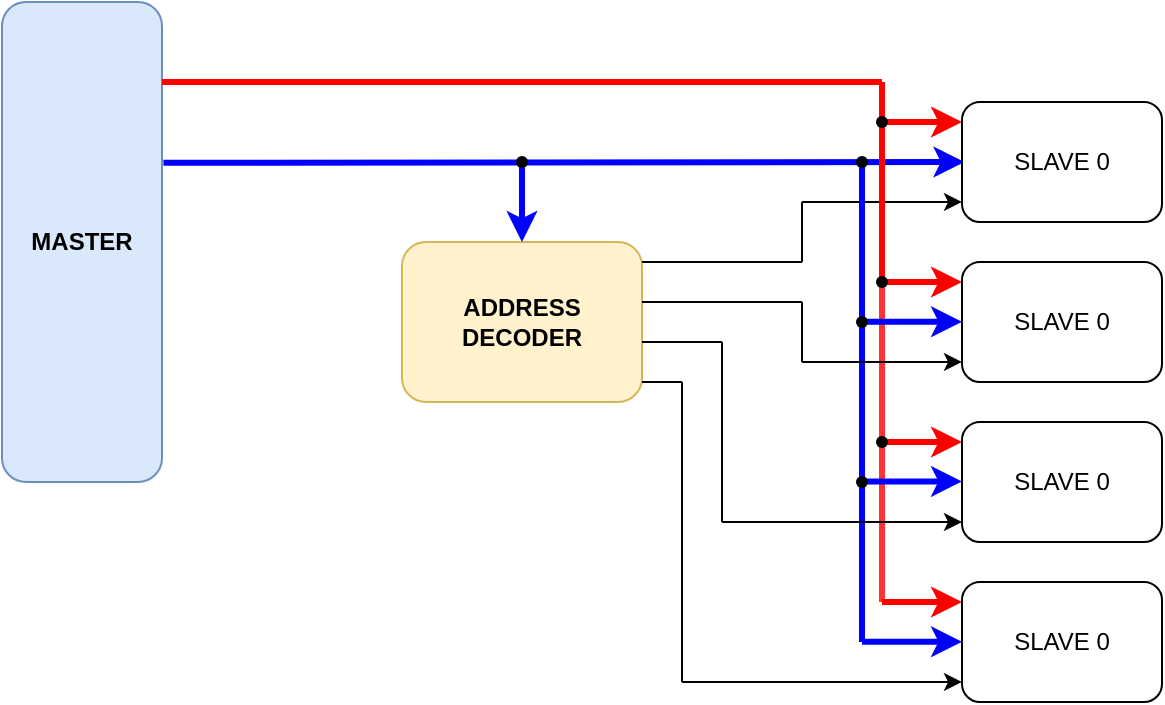
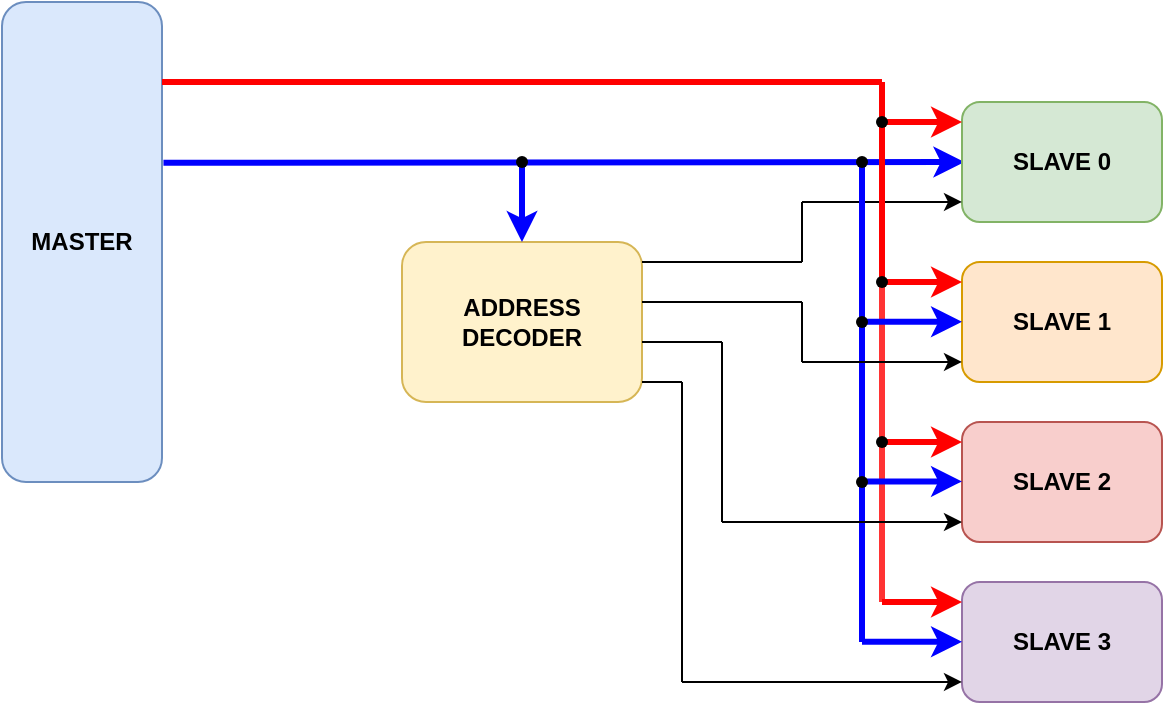
<mxfile host="app.diagrams.net" agent="Mozilla/5.0 (Windows NT 10.0; Win64; x64) AppleWebKit/537.36 (KHTML, like Gecko) Chrome/144.0.0.0 Safari/537.36 Edg/144.0.0.0" pages="4">
  <diagram id="00dOMP4ly3Yvcw6Omt_P" name="AHB Block Diagram">
-     <mxGraphModel dx="364" dy="526" grid="1" gridSize="10" guides="1" tooltips="1" connect="1" arrows="1" fold="1" page="1" pageScale="1" pageWidth="850" pageHeight="1100" math="0" shadow="0">
+     <mxGraphModel dx="527" dy="762" grid="1" gridSize="10" guides="1" tooltips="1" connect="1" arrows="1" fold="1" page="1" pageScale="1" pageWidth="850" pageHeight="1100" math="0" shadow="0">
      <root>
        <mxCell id="0" />
        <mxCell id="1" parent="0" />
        <mxCell id="WVtcaOnAu4kVJNJomXHp-1" parent="1" style="rounded=1;whiteSpace=wrap;html=1;fillColor=#dae8fc;strokeColor=#6c8ebf;" value="&lt;b&gt;MASTER&lt;/b&gt;" vertex="1">
          <mxGeometry height="240" width="80" x="80" y="160" as="geometry" />
        </mxCell>
        <mxCell id="WVtcaOnAu4kVJNJomXHp-3" parent="1" style="rounded=1;whiteSpace=wrap;html=1;fillColor=#fff2cc;strokeColor=#d6b656;" value="&lt;b&gt;ADDRESS DECODER&lt;/b&gt;" vertex="1">
          <mxGeometry height="80" width="120" x="280" y="280" as="geometry" />
        </mxCell>
        <mxCell id="WVtcaOnAu4kVJNJomXHp-4" edge="1" parent="1" source="WVtcaOnAu4kVJNJomXHp-1" style="endArrow=classic;html=1;rounded=0;exitX=1.009;exitY=0.335;exitDx=0;exitDy=0;exitPerimeter=0;strokeWidth=3;strokeColor=#0000FF;" value="">
          <mxGeometry height="50" relative="1" width="50" as="geometry">
            <mxPoint x="170" y="240" as="sourcePoint" />
            <mxPoint x="561.2" y="240" as="targetPoint" />
          </mxGeometry>
        </mxCell>
        <mxCell id="WVtcaOnAu4kVJNJomXHp-5" edge="1" parent="1" source="WVtcaOnAu4kVJNJomXHp-6" style="endArrow=classic;html=1;rounded=0;entryX=0.5;entryY=0;entryDx=0;entryDy=0;strokeWidth=3;strokeColor=#0000FF;" target="WVtcaOnAu4kVJNJomXHp-3" value="">
          <mxGeometry height="50" relative="1" width="50" as="geometry">
            <mxPoint x="340" y="240" as="sourcePoint" />
            <mxPoint x="390" y="190" as="targetPoint" />
          </mxGeometry>
        </mxCell>
        <mxCell id="WVtcaOnAu4kVJNJomXHp-6" parent="1" style="shape=waypoint;sketch=0;fillStyle=solid;size=6;pointerEvents=1;points=[];fillColor=none;resizable=0;rotatable=0;perimeter=centerPerimeter;snapToPoint=1;" value="" vertex="1">
          <mxGeometry height="20" width="20" x="330" y="230" as="geometry" />
        </mxCell>
-         <mxCell id="WVtcaOnAu4kVJNJomXHp-7" parent="1" style="rounded=1;whiteSpace=wrap;html=1;" value="SLAVE 0" vertex="1">
+         <mxCell id="WVtcaOnAu4kVJNJomXHp-7" parent="1" style="rounded=1;whiteSpace=wrap;html=1;fillColor=#d5e8d4;strokeColor=#82b366;fontStyle=1" value="SLAVE 0" vertex="1">
          <mxGeometry height="60" width="100" x="560" y="210" as="geometry" />
        </mxCell>
-         <mxCell id="WVtcaOnAu4kVJNJomXHp-8" parent="1" style="rounded=1;whiteSpace=wrap;html=1;" value="SLAVE 0" vertex="1">
+         <mxCell id="WVtcaOnAu4kVJNJomXHp-8" parent="1" style="rounded=1;whiteSpace=wrap;html=1;fillColor=#ffe6cc;strokeColor=#d79b00;fontStyle=1" value="SLAVE 1" vertex="1">
          <mxGeometry height="60" width="100" x="560" y="290" as="geometry" />
        </mxCell>
-         <mxCell id="WVtcaOnAu4kVJNJomXHp-9" parent="1" style="rounded=1;whiteSpace=wrap;html=1;" value="SLAVE 0" vertex="1">
+         <mxCell id="WVtcaOnAu4kVJNJomXHp-9" parent="1" style="rounded=1;whiteSpace=wrap;html=1;fillColor=#f8cecc;strokeColor=#b85450;fontStyle=1" value="SLAVE 2" vertex="1">
          <mxGeometry height="60" width="100" x="560" y="370" as="geometry" />
        </mxCell>
-         <mxCell id="WVtcaOnAu4kVJNJomXHp-10" parent="1" style="rounded=1;whiteSpace=wrap;html=1;" value="SLAVE 0" vertex="1">
+         <mxCell id="WVtcaOnAu4kVJNJomXHp-10" parent="1" style="rounded=1;whiteSpace=wrap;html=1;fillColor=#e1d5e7;strokeColor=#9673a6;fontStyle=1" value="SLAVE 3" vertex="1">
          <mxGeometry height="60" width="100" x="560" y="450" as="geometry" />
        </mxCell>
        <mxCell id="WVtcaOnAu4kVJNJomXHp-11" edge="1" parent="1" source="WVtcaOnAu4kVJNJomXHp-3" style="endArrow=none;html=1;rounded=0;exitX=1;exitY=0.125;exitDx=0;exitDy=0;exitPerimeter=0;" value="">
          <mxGeometry height="50" relative="1" width="50" as="geometry">
            <mxPoint x="410" y="290" as="sourcePoint" />
            <mxPoint x="480" y="290" as="targetPoint" />
          </mxGeometry>
        </mxCell>
        <mxCell id="WVtcaOnAu4kVJNJomXHp-12" edge="1" parent="1" style="endArrow=none;html=1;rounded=0;" value="">
          <mxGeometry height="50" relative="1" width="50" as="geometry">
            <mxPoint x="480" y="290" as="sourcePoint" />
            <mxPoint x="480" y="260" as="targetPoint" />
          </mxGeometry>
        </mxCell>
        <mxCell id="WVtcaOnAu4kVJNJomXHp-13" edge="1" parent="1" style="endArrow=classic;html=1;rounded=0;entryX=0;entryY=0.833;entryDx=0;entryDy=0;entryPerimeter=0;" target="WVtcaOnAu4kVJNJomXHp-7" value="">
          <mxGeometry height="50" relative="1" width="50" as="geometry">
            <mxPoint x="480" y="260" as="sourcePoint" />
            <mxPoint x="540" y="260" as="targetPoint" />
          </mxGeometry>
        </mxCell>
        <mxCell id="WVtcaOnAu4kVJNJomXHp-18" edge="1" parent="1" style="endArrow=none;html=1;rounded=0;strokeWidth=3;strokeColor=#FF0000;" value="">
          <mxGeometry height="50" relative="1" width="50" as="geometry">
            <mxPoint x="160" y="200" as="sourcePoint" />
            <mxPoint x="520" y="200" as="targetPoint" />
          </mxGeometry>
        </mxCell>
        <mxCell id="WVtcaOnAu4kVJNJomXHp-19" edge="1" parent="1" source="WVtcaOnAu4kVJNJomXHp-25" style="endArrow=none;html=1;rounded=0;strokeWidth=3;strokeColor=#FF0000;" value="">
          <mxGeometry height="50" relative="1" width="50" as="geometry">
            <mxPoint x="520" y="380" as="sourcePoint" />
            <mxPoint x="520" y="200" as="targetPoint" />
          </mxGeometry>
        </mxCell>
        <mxCell id="WVtcaOnAu4kVJNJomXHp-20" edge="1" parent="1" style="endArrow=classic;html=1;rounded=0;entryX=0;entryY=0.167;entryDx=0;entryDy=0;entryPerimeter=0;strokeWidth=3;strokeColor=#FF0000;" target="WVtcaOnAu4kVJNJomXHp-7" value="">
          <mxGeometry height="50" relative="1" width="50" as="geometry">
            <mxPoint x="520" y="220" as="sourcePoint" />
            <mxPoint x="570" y="170" as="targetPoint" />
          </mxGeometry>
        </mxCell>
        <mxCell id="WVtcaOnAu4kVJNJomXHp-22" edge="1" parent="1" style="endArrow=classic;html=1;rounded=0;entryX=0;entryY=0.167;entryDx=0;entryDy=0;entryPerimeter=0;strokeWidth=3;strokeColor=#FF0000;" value="">
          <mxGeometry height="50" relative="1" width="50" as="geometry">
            <mxPoint x="520" y="300" as="sourcePoint" />
            <mxPoint x="560" y="300" as="targetPoint" />
          </mxGeometry>
        </mxCell>
        <mxCell id="WVtcaOnAu4kVJNJomXHp-23" parent="1" style="shape=waypoint;sketch=0;fillStyle=solid;size=6;pointerEvents=1;points=[];fillColor=none;resizable=0;rotatable=0;perimeter=centerPerimeter;snapToPoint=1;" value="" vertex="1">
          <mxGeometry height="20" width="20" x="510" y="210" as="geometry" />
        </mxCell>
        <mxCell id="WVtcaOnAu4kVJNJomXHp-24" edge="1" parent="1" style="endArrow=classic;html=1;rounded=0;entryX=0;entryY=0.167;entryDx=0;entryDy=0;entryPerimeter=0;strokeWidth=3;strokeColor=#FF0000;" value="">
          <mxGeometry height="50" relative="1" width="50" as="geometry">
            <mxPoint x="520" y="380" as="sourcePoint" />
            <mxPoint x="560" y="380" as="targetPoint" />
          </mxGeometry>
        </mxCell>
        <mxCell id="WVtcaOnAu4kVJNJomXHp-26" edge="1" parent="1" style="endArrow=none;html=1;rounded=0;strokeWidth=3;strokeColor=#FF3333;" target="WVtcaOnAu4kVJNJomXHp-25" value="">
          <mxGeometry height="50" relative="1" width="50" as="geometry">
            <mxPoint x="520" y="460" as="sourcePoint" />
            <mxPoint x="520" y="200" as="targetPoint" />
          </mxGeometry>
        </mxCell>
        <mxCell id="WVtcaOnAu4kVJNJomXHp-25" parent="1" style="shape=waypoint;sketch=0;fillStyle=solid;size=6;pointerEvents=1;points=[];fillColor=none;resizable=0;rotatable=0;perimeter=centerPerimeter;snapToPoint=1;" value="" vertex="1">
          <mxGeometry height="20" width="20" x="510" y="290" as="geometry" />
        </mxCell>
        <mxCell id="WVtcaOnAu4kVJNJomXHp-27" edge="1" parent="1" style="endArrow=none;html=1;rounded=0;strokeWidth=3;strokeColor=#0000FF;" target="WVtcaOnAu4kVJNJomXHp-30" value="">
          <mxGeometry height="50" relative="1" width="50" as="geometry">
            <mxPoint x="510" y="480" as="sourcePoint" />
            <mxPoint x="510" y="240" as="targetPoint" />
          </mxGeometry>
        </mxCell>
        <mxCell id="WVtcaOnAu4kVJNJomXHp-28" edge="1" parent="1" style="endArrow=classic;html=1;rounded=0;entryX=0;entryY=0.167;entryDx=0;entryDy=0;entryPerimeter=0;strokeWidth=3;strokeColor=#0000FF;" value="">
          <mxGeometry height="50" relative="1" width="50" as="geometry">
            <mxPoint x="510" y="399.72" as="sourcePoint" />
            <mxPoint x="560" y="399.72" as="targetPoint" />
          </mxGeometry>
        </mxCell>
        <mxCell id="WVtcaOnAu4kVJNJomXHp-29" edge="1" parent="1" style="endArrow=classic;html=1;rounded=0;entryX=0;entryY=0.167;entryDx=0;entryDy=0;entryPerimeter=0;strokeWidth=3;strokeColor=#0000FF;" value="">
          <mxGeometry height="50" relative="1" width="50" as="geometry">
            <mxPoint x="510" y="319.86" as="sourcePoint" />
            <mxPoint x="560" y="319.86" as="targetPoint" />
          </mxGeometry>
        </mxCell>
        <mxCell id="WVtcaOnAu4kVJNJomXHp-30" parent="1" style="shape=waypoint;sketch=0;fillStyle=solid;size=6;pointerEvents=1;points=[];fillColor=none;resizable=0;rotatable=0;perimeter=centerPerimeter;snapToPoint=1;" value="" vertex="1">
          <mxGeometry height="20" width="20" x="500.0000000000001" y="230" as="geometry" />
        </mxCell>
        <mxCell id="WVtcaOnAu4kVJNJomXHp-31" parent="1" style="shape=waypoint;sketch=0;fillStyle=solid;size=6;pointerEvents=1;points=[];fillColor=none;resizable=0;rotatable=0;perimeter=centerPerimeter;snapToPoint=1;" value="" vertex="1">
          <mxGeometry height="20" width="20" x="500" y="310" as="geometry" />
        </mxCell>
        <mxCell id="WVtcaOnAu4kVJNJomXHp-32" edge="1" parent="1" style="endArrow=classic;html=1;rounded=0;entryX=0;entryY=0.167;entryDx=0;entryDy=0;entryPerimeter=0;strokeWidth=3;strokeColor=#FF0000;" value="">
          <mxGeometry height="50" relative="1" width="50" as="geometry">
            <mxPoint x="520" y="460" as="sourcePoint" />
            <mxPoint x="560" y="460" as="targetPoint" />
          </mxGeometry>
        </mxCell>
        <mxCell id="WVtcaOnAu4kVJNJomXHp-33" edge="1" parent="1" style="endArrow=classic;html=1;rounded=0;entryX=0;entryY=0.167;entryDx=0;entryDy=0;entryPerimeter=0;strokeWidth=3;strokeColor=#0000FF;" value="">
          <mxGeometry height="50" relative="1" width="50" as="geometry">
            <mxPoint x="510" y="479.88" as="sourcePoint" />
            <mxPoint x="560" y="479.88" as="targetPoint" />
          </mxGeometry>
        </mxCell>
        <mxCell id="WVtcaOnAu4kVJNJomXHp-34" parent="1" style="shape=waypoint;sketch=0;fillStyle=solid;size=6;pointerEvents=1;points=[];fillColor=none;resizable=0;rotatable=0;perimeter=centerPerimeter;snapToPoint=1;" value="" vertex="1">
          <mxGeometry height="20" width="20" x="510" y="370" as="geometry" />
        </mxCell>
        <mxCell id="WVtcaOnAu4kVJNJomXHp-35" parent="1" style="shape=waypoint;sketch=0;fillStyle=solid;size=6;pointerEvents=1;points=[];fillColor=none;resizable=0;rotatable=0;perimeter=centerPerimeter;snapToPoint=1;" value="" vertex="1">
          <mxGeometry height="20" width="20" x="500" y="390" as="geometry" />
        </mxCell>
        <mxCell id="WVtcaOnAu4kVJNJomXHp-38" edge="1" parent="1" style="endArrow=none;html=1;rounded=0;" value="">
          <mxGeometry height="50" relative="1" width="50" as="geometry">
            <mxPoint x="400" y="310" as="sourcePoint" />
            <mxPoint x="480" y="310" as="targetPoint" />
          </mxGeometry>
        </mxCell>
        <mxCell id="WVtcaOnAu4kVJNJomXHp-39" edge="1" parent="1" style="endArrow=none;html=1;rounded=0;" value="">
          <mxGeometry height="50" relative="1" width="50" as="geometry">
            <mxPoint x="400" y="330" as="sourcePoint" />
            <mxPoint x="440" y="330" as="targetPoint" />
          </mxGeometry>
        </mxCell>
        <mxCell id="WVtcaOnAu4kVJNJomXHp-40" edge="1" parent="1" style="endArrow=none;html=1;rounded=0;" value="">
          <mxGeometry height="50" relative="1" width="50" as="geometry">
            <mxPoint x="400" y="350" as="sourcePoint" />
            <mxPoint x="420" y="350" as="targetPoint" />
          </mxGeometry>
        </mxCell>
        <mxCell id="WVtcaOnAu4kVJNJomXHp-41" edge="1" parent="1" style="endArrow=none;html=1;rounded=0;" value="">
          <mxGeometry height="50" relative="1" width="50" as="geometry">
            <mxPoint x="420" y="500" as="sourcePoint" />
            <mxPoint x="420" y="350" as="targetPoint" />
          </mxGeometry>
        </mxCell>
        <mxCell id="WVtcaOnAu4kVJNJomXHp-42" edge="1" parent="1" style="endArrow=classic;html=1;rounded=0;entryX=0;entryY=0.833;entryDx=0;entryDy=0;entryPerimeter=0;" target="WVtcaOnAu4kVJNJomXHp-10" value="">
          <mxGeometry height="50" relative="1" width="50" as="geometry">
            <mxPoint x="420" y="500" as="sourcePoint" />
            <mxPoint x="470" y="450" as="targetPoint" />
          </mxGeometry>
        </mxCell>
        <mxCell id="WVtcaOnAu4kVJNJomXHp-43" edge="1" parent="1" style="endArrow=none;html=1;rounded=0;" value="">
          <mxGeometry height="50" relative="1" width="50" as="geometry">
            <mxPoint x="440" y="420" as="sourcePoint" />
            <mxPoint x="440" y="330" as="targetPoint" />
          </mxGeometry>
        </mxCell>
        <mxCell id="WVtcaOnAu4kVJNJomXHp-44" edge="1" parent="1" style="endArrow=classic;html=1;rounded=0;entryX=0;entryY=0.833;entryDx=0;entryDy=0;entryPerimeter=0;" value="">
          <mxGeometry height="50" relative="1" width="50" as="geometry">
            <mxPoint x="440" y="420" as="sourcePoint" />
            <mxPoint x="560" y="420" as="targetPoint" />
          </mxGeometry>
        </mxCell>
        <mxCell id="WVtcaOnAu4kVJNJomXHp-45" edge="1" parent="1" style="endArrow=none;html=1;rounded=0;" value="">
          <mxGeometry height="50" relative="1" width="50" as="geometry">
            <mxPoint x="480" y="340" as="sourcePoint" />
            <mxPoint x="480" y="310" as="targetPoint" />
          </mxGeometry>
        </mxCell>
        <mxCell id="WVtcaOnAu4kVJNJomXHp-46" edge="1" parent="1" style="endArrow=classic;html=1;rounded=0;entryX=0;entryY=0.833;entryDx=0;entryDy=0;entryPerimeter=0;" target="WVtcaOnAu4kVJNJomXHp-8" value="">
          <mxGeometry height="50" relative="1" width="50" as="geometry">
            <mxPoint x="480" y="340" as="sourcePoint" />
            <mxPoint x="550" y="340" as="targetPoint" />
          </mxGeometry>
        </mxCell>
      </root>
    </mxGraphModel>
  </diagram>
  <diagram name="AHB Interface" id="AxdGKtdG9Rmgfqjtrl1U">
    <mxGraphModel dx="2046" dy="1106" grid="1" gridSize="10" guides="1" tooltips="1" connect="1" arrows="1" fold="1" page="1" pageScale="1" pageWidth="850" pageHeight="1100" math="0" shadow="0">
      <root>
        <mxCell id="0" />
        <mxCell id="1" parent="0" />
        <mxCell id="BZ9neWvH9tw47nREzwFn-1" parent="1" style="rounded=0;whiteSpace=wrap;html=1;" value="&lt;font style=&quot;font-size: 16px;&quot;&gt;&lt;b&gt;Manager&lt;/b&gt;&lt;/font&gt;" vertex="1">
          <mxGeometry height="200" width="120" x="400" y="80" as="geometry" />
        </mxCell>
        <mxCell id="BZ9neWvH9tw47nREzwFn-2" edge="1" parent="1" style="endArrow=classic;html=1;rounded=0;" value="">
          <mxGeometry height="50" relative="1" width="50" as="geometry">
            <mxPoint x="360" y="100" as="sourcePoint" />
            <mxPoint x="400" y="100" as="targetPoint" />
          </mxGeometry>
        </mxCell>
        <mxCell id="BZ9neWvH9tw47nREzwFn-3" edge="1" parent="1" style="endArrow=classic;html=1;rounded=0;" value="">
          <mxGeometry height="50" relative="1" width="50" as="geometry">
            <mxPoint x="360" y="120" as="sourcePoint" />
            <mxPoint x="400" y="120" as="targetPoint" />
          </mxGeometry>
        </mxCell>
        <mxCell id="BZ9neWvH9tw47nREzwFn-4" parent="1" style="text;html=1;whiteSpace=wrap;strokeColor=none;fillColor=none;align=center;verticalAlign=middle;rounded=0;fontStyle=1" value="HCLK" vertex="1">
          <mxGeometry height="20" width="40" x="320" y="90" as="geometry" />
        </mxCell>
        <mxCell id="BZ9neWvH9tw47nREzwFn-5" parent="1" style="text;html=1;whiteSpace=wrap;strokeColor=none;fillColor=none;align=center;verticalAlign=middle;rounded=0;fontStyle=1" value="HRESETn" vertex="1">
          <mxGeometry height="20" width="60" x="300" y="110" as="geometry" />
        </mxCell>
        <mxCell id="BZ9neWvH9tw47nREzwFn-6" parent="1" style="text;html=1;whiteSpace=wrap;strokeColor=none;fillColor=none;align=center;verticalAlign=middle;rounded=0;fontStyle=1" value="HREADY" vertex="1">
          <mxGeometry height="20" width="60" x="300" y="150" as="geometry" />
        </mxCell>
        <mxCell id="BZ9neWvH9tw47nREzwFn-7" edge="1" parent="1" style="endArrow=classic;html=1;rounded=0;" value="">
          <mxGeometry height="50" relative="1" width="50" as="geometry">
            <mxPoint x="360" y="160" as="sourcePoint" />
            <mxPoint x="400" y="160" as="targetPoint" />
          </mxGeometry>
        </mxCell>
        <mxCell id="BZ9neWvH9tw47nREzwFn-8" edge="1" parent="1" style="endArrow=classic;html=1;rounded=0;" value="">
          <mxGeometry height="50" relative="1" width="50" as="geometry">
            <mxPoint x="360" y="180" as="sourcePoint" />
            <mxPoint x="400" y="180" as="targetPoint" />
          </mxGeometry>
        </mxCell>
        <mxCell id="BZ9neWvH9tw47nREzwFn-9" parent="1" style="text;html=1;whiteSpace=wrap;strokeColor=none;fillColor=none;align=center;verticalAlign=middle;rounded=0;fontStyle=1" value="HSELx" vertex="1">
          <mxGeometry height="20" width="60" x="310" y="430" as="geometry" />
        </mxCell>
        <mxCell id="BZ9neWvH9tw47nREzwFn-10" edge="1" parent="1" style="endArrow=classic;html=1;rounded=0;" value="">
          <mxGeometry height="50" relative="1" width="50" as="geometry">
            <mxPoint x="360" y="260" as="sourcePoint" />
            <mxPoint x="400" y="260" as="targetPoint" />
          </mxGeometry>
        </mxCell>
        <mxCell id="BZ9neWvH9tw47nREzwFn-11" parent="1" style="text;html=1;whiteSpace=wrap;strokeColor=none;fillColor=none;align=center;verticalAlign=middle;rounded=0;fontStyle=1" value="HRDATA[31:0]" vertex="1">
          <mxGeometry height="20" width="90" x="270" y="250" as="geometry" />
        </mxCell>
        <mxCell id="BZ9neWvH9tw47nREzwFn-12" edge="1" parent="1" style="endArrow=classic;html=1;rounded=0;" value="">
          <mxGeometry height="50" relative="1" width="50" as="geometry">
            <mxPoint x="520" y="99.83" as="sourcePoint" />
            <mxPoint x="560" y="99.83" as="targetPoint" />
          </mxGeometry>
        </mxCell>
        <mxCell id="BZ9neWvH9tw47nREzwFn-13" edge="1" parent="1" style="endArrow=classic;html=1;rounded=0;" value="">
          <mxGeometry height="50" relative="1" width="50" as="geometry">
            <mxPoint x="520" y="119.83" as="sourcePoint" />
            <mxPoint x="560" y="119.83" as="targetPoint" />
          </mxGeometry>
        </mxCell>
        <mxCell id="BZ9neWvH9tw47nREzwFn-14" edge="1" parent="1" style="endArrow=classic;html=1;rounded=0;" value="">
          <mxGeometry height="50" relative="1" width="50" as="geometry">
            <mxPoint x="520" y="159.83" as="sourcePoint" />
            <mxPoint x="560" y="159.83" as="targetPoint" />
          </mxGeometry>
        </mxCell>
        <mxCell id="BZ9neWvH9tw47nREzwFn-15" edge="1" parent="1" style="endArrow=classic;html=1;rounded=0;" value="">
          <mxGeometry height="50" relative="1" width="50" as="geometry">
            <mxPoint x="520" y="140" as="sourcePoint" />
            <mxPoint x="560" y="140" as="targetPoint" />
          </mxGeometry>
        </mxCell>
        <mxCell id="BZ9neWvH9tw47nREzwFn-16" edge="1" parent="1" style="endArrow=classic;html=1;rounded=0;" value="">
          <mxGeometry height="50" relative="1" width="50" as="geometry">
            <mxPoint x="520" y="179.83" as="sourcePoint" />
            <mxPoint x="560" y="179.83" as="targetPoint" />
          </mxGeometry>
        </mxCell>
        <mxCell id="BZ9neWvH9tw47nREzwFn-17" edge="1" parent="1" style="endArrow=classic;html=1;rounded=0;" value="">
          <mxGeometry height="50" relative="1" width="50" as="geometry">
            <mxPoint x="520" y="200" as="sourcePoint" />
            <mxPoint x="560" y="200" as="targetPoint" />
          </mxGeometry>
        </mxCell>
        <mxCell id="BZ9neWvH9tw47nREzwFn-18" parent="1" style="text;html=1;whiteSpace=wrap;strokeColor=none;fillColor=none;align=center;verticalAlign=middle;rounded=0;fontStyle=1" value="HADDR[31:0]" vertex="1">
          <mxGeometry height="20" width="80" x="560" y="90" as="geometry" />
        </mxCell>
        <mxCell id="BZ9neWvH9tw47nREzwFn-19" parent="1" style="text;html=1;whiteSpace=wrap;strokeColor=none;fillColor=none;align=center;verticalAlign=middle;rounded=0;fontStyle=1" value="HWRITE" vertex="1">
          <mxGeometry height="20" width="60" x="560" y="110" as="geometry" />
        </mxCell>
        <mxCell id="BZ9neWvH9tw47nREzwFn-20" parent="1" style="text;html=1;whiteSpace=wrap;strokeColor=none;fillColor=none;align=center;verticalAlign=middle;rounded=0;fontStyle=1" value="HSIZE[2:0]" vertex="1">
          <mxGeometry height="20" width="70" x="560" y="130" as="geometry" />
        </mxCell>
        <mxCell id="BZ9neWvH9tw47nREzwFn-21" parent="1" style="text;html=1;whiteSpace=wrap;strokeColor=none;fillColor=none;align=center;verticalAlign=middle;rounded=0;fontStyle=1" value="HBURST[2:0]" vertex="1">
          <mxGeometry height="20" width="80" x="560" y="150" as="geometry" />
        </mxCell>
        <mxCell id="BZ9neWvH9tw47nREzwFn-22" parent="1" style="text;html=1;whiteSpace=wrap;strokeColor=none;fillColor=none;align=center;verticalAlign=middle;rounded=0;fontStyle=1" value="HPROT[3:0]" vertex="1">
          <mxGeometry height="20" width="80" x="560" y="170" as="geometry" />
        </mxCell>
        <mxCell id="BZ9neWvH9tw47nREzwFn-23" parent="1" style="text;html=1;whiteSpace=wrap;strokeColor=none;fillColor=none;align=center;verticalAlign=middle;rounded=0;fontStyle=1" value="HTRANS[1:0]" vertex="1">
          <mxGeometry height="20" width="80" x="560" y="190" as="geometry" />
        </mxCell>
        <mxCell id="BZ9neWvH9tw47nREzwFn-24" edge="1" parent="1" style="endArrow=classic;html=1;rounded=0;" value="">
          <mxGeometry height="50" relative="1" width="50" as="geometry">
            <mxPoint x="520" y="220" as="sourcePoint" />
            <mxPoint x="560" y="220" as="targetPoint" />
          </mxGeometry>
        </mxCell>
        <mxCell id="BZ9neWvH9tw47nREzwFn-25" parent="1" style="text;html=1;whiteSpace=wrap;strokeColor=none;fillColor=none;align=center;verticalAlign=middle;rounded=0;fontStyle=1" value="HMASTLOCK" vertex="1">
          <mxGeometry height="20" width="80" x="560" y="210" as="geometry" />
        </mxCell>
        <mxCell id="BZ9neWvH9tw47nREzwFn-26" edge="1" parent="1" style="endArrow=classic;html=1;rounded=0;" value="">
          <mxGeometry height="50" relative="1" width="50" as="geometry">
            <mxPoint x="520" y="259.8" as="sourcePoint" />
            <mxPoint x="560" y="259.8" as="targetPoint" />
          </mxGeometry>
        </mxCell>
        <mxCell id="BZ9neWvH9tw47nREzwFn-30" parent="1" style="text;html=1;whiteSpace=wrap;strokeColor=none;fillColor=none;align=center;verticalAlign=middle;rounded=0;fontStyle=1" value="HWDATA[31:0]" vertex="1">
          <mxGeometry height="20" width="95" x="555" y="250" as="geometry" />
        </mxCell>
        <mxCell id="BZ9neWvH9tw47nREzwFn-31" parent="1" style="rounded=0;whiteSpace=wrap;html=1;" value="&lt;font style=&quot;font-size: 16px;&quot;&gt;&lt;b&gt;Slave&lt;/b&gt;&lt;/font&gt;" vertex="1">
          <mxGeometry height="320" width="120" x="400" y="360" as="geometry" />
        </mxCell>
        <mxCell id="BZ9neWvH9tw47nREzwFn-32" edge="1" parent="1" style="endArrow=classic;html=1;rounded=0;" value="">
          <mxGeometry height="50" relative="1" width="50" as="geometry">
            <mxPoint x="360" y="489.83" as="sourcePoint" />
            <mxPoint x="400" y="489.83" as="targetPoint" />
          </mxGeometry>
        </mxCell>
        <mxCell id="BZ9neWvH9tw47nREzwFn-33" edge="1" parent="1" style="endArrow=classic;html=1;rounded=0;" value="">
          <mxGeometry height="50" relative="1" width="50" as="geometry">
            <mxPoint x="360" y="509.83" as="sourcePoint" />
            <mxPoint x="400" y="509.83" as="targetPoint" />
          </mxGeometry>
        </mxCell>
        <mxCell id="BZ9neWvH9tw47nREzwFn-34" edge="1" parent="1" style="endArrow=classic;html=1;rounded=0;" value="">
          <mxGeometry height="50" relative="1" width="50" as="geometry">
            <mxPoint x="360" y="549.83" as="sourcePoint" />
            <mxPoint x="400" y="549.83" as="targetPoint" />
          </mxGeometry>
        </mxCell>
        <mxCell id="BZ9neWvH9tw47nREzwFn-35" edge="1" parent="1" style="endArrow=classic;html=1;rounded=0;" value="">
          <mxGeometry height="50" relative="1" width="50" as="geometry">
            <mxPoint x="360" y="530" as="sourcePoint" />
            <mxPoint x="400" y="530" as="targetPoint" />
          </mxGeometry>
        </mxCell>
        <mxCell id="BZ9neWvH9tw47nREzwFn-36" edge="1" parent="1" style="endArrow=classic;html=1;rounded=0;" value="">
          <mxGeometry height="50" relative="1" width="50" as="geometry">
            <mxPoint x="360" y="569.83" as="sourcePoint" />
            <mxPoint x="400" y="569.83" as="targetPoint" />
          </mxGeometry>
        </mxCell>
        <mxCell id="BZ9neWvH9tw47nREzwFn-37" edge="1" parent="1" style="endArrow=classic;html=1;rounded=0;" value="">
          <mxGeometry height="50" relative="1" width="50" as="geometry">
            <mxPoint x="360" y="590" as="sourcePoint" />
            <mxPoint x="400" y="590" as="targetPoint" />
          </mxGeometry>
        </mxCell>
        <mxCell id="BZ9neWvH9tw47nREzwFn-38" parent="1" style="text;html=1;whiteSpace=wrap;strokeColor=none;fillColor=none;align=center;verticalAlign=middle;rounded=0;fontStyle=1" value="HADDR[31:0]" vertex="1">
          <mxGeometry height="20" width="80" x="275" y="480" as="geometry" />
        </mxCell>
        <mxCell id="BZ9neWvH9tw47nREzwFn-39" parent="1" style="text;html=1;whiteSpace=wrap;strokeColor=none;fillColor=none;align=center;verticalAlign=middle;rounded=0;fontStyle=1" value="HWRITE" vertex="1">
          <mxGeometry height="20" width="60" x="275" y="500" as="geometry" />
        </mxCell>
        <mxCell id="BZ9neWvH9tw47nREzwFn-40" parent="1" style="text;html=1;whiteSpace=wrap;strokeColor=none;fillColor=none;align=center;verticalAlign=middle;rounded=0;fontStyle=1" value="HSIZE[2:0]" vertex="1">
          <mxGeometry height="20" width="70" x="275" y="520" as="geometry" />
        </mxCell>
        <mxCell id="BZ9neWvH9tw47nREzwFn-41" parent="1" style="text;html=1;whiteSpace=wrap;strokeColor=none;fillColor=none;align=center;verticalAlign=middle;rounded=0;fontStyle=1" value="HBURST[2:0]" vertex="1">
          <mxGeometry height="20" width="80" x="275" y="540" as="geometry" />
        </mxCell>
        <mxCell id="BZ9neWvH9tw47nREzwFn-42" parent="1" style="text;html=1;whiteSpace=wrap;strokeColor=none;fillColor=none;align=center;verticalAlign=middle;rounded=0;fontStyle=1" value="HPROT[3:0]" vertex="1">
          <mxGeometry height="20" width="80" x="275" y="560" as="geometry" />
        </mxCell>
        <mxCell id="BZ9neWvH9tw47nREzwFn-43" parent="1" style="text;html=1;whiteSpace=wrap;strokeColor=none;fillColor=none;align=center;verticalAlign=middle;rounded=0;fontStyle=1" value="HTRANS[1:0]" vertex="1">
          <mxGeometry height="20" width="80" x="275" y="580" as="geometry" />
        </mxCell>
        <mxCell id="BZ9neWvH9tw47nREzwFn-44" edge="1" parent="1" style="endArrow=classic;html=1;rounded=0;" value="">
          <mxGeometry height="50" relative="1" width="50" as="geometry">
            <mxPoint x="360" y="610" as="sourcePoint" />
            <mxPoint x="400" y="610" as="targetPoint" />
          </mxGeometry>
        </mxCell>
        <mxCell id="BZ9neWvH9tw47nREzwFn-45" parent="1" style="text;html=1;whiteSpace=wrap;strokeColor=none;fillColor=none;align=center;verticalAlign=middle;rounded=0;fontStyle=1" value="HMASTLOCK" vertex="1">
          <mxGeometry height="20" width="80" x="275" y="600" as="geometry" />
        </mxCell>
        <mxCell id="BZ9neWvH9tw47nREzwFn-46" edge="1" parent="1" style="endArrow=classic;html=1;rounded=0;" value="">
          <mxGeometry height="50" relative="1" width="50" as="geometry">
            <mxPoint x="360" y="649.8" as="sourcePoint" />
            <mxPoint x="400" y="649.8" as="targetPoint" />
          </mxGeometry>
        </mxCell>
        <mxCell id="BZ9neWvH9tw47nREzwFn-47" parent="1" style="text;html=1;whiteSpace=wrap;strokeColor=none;fillColor=none;align=center;verticalAlign=middle;rounded=0;fontStyle=1" value="HWDATA[31:0]" vertex="1">
          <mxGeometry height="20" width="95" x="270" y="640" as="geometry" />
        </mxCell>
        <mxCell id="BZ9neWvH9tw47nREzwFn-49" edge="1" parent="1" style="endArrow=classic;html=1;rounded=0;" value="">
          <mxGeometry height="50" relative="1" width="50" as="geometry">
            <mxPoint x="360" y="380" as="sourcePoint" />
            <mxPoint x="400" y="380" as="targetPoint" />
          </mxGeometry>
        </mxCell>
        <mxCell id="BZ9neWvH9tw47nREzwFn-50" edge="1" parent="1" style="endArrow=classic;html=1;rounded=0;" value="">
          <mxGeometry height="50" relative="1" width="50" as="geometry">
            <mxPoint x="360" y="400" as="sourcePoint" />
            <mxPoint x="400" y="400" as="targetPoint" />
          </mxGeometry>
        </mxCell>
        <mxCell id="BZ9neWvH9tw47nREzwFn-51" edge="1" parent="1" style="endArrow=classic;html=1;rounded=0;" value="">
          <mxGeometry height="50" relative="1" width="50" as="geometry">
            <mxPoint x="360" y="440" as="sourcePoint" />
            <mxPoint x="400" y="440" as="targetPoint" />
          </mxGeometry>
        </mxCell>
        <mxCell id="BZ9neWvH9tw47nREzwFn-52" parent="1" style="text;html=1;whiteSpace=wrap;strokeColor=none;fillColor=none;align=center;verticalAlign=middle;rounded=0;fontStyle=1" value="HCLK" vertex="1">
          <mxGeometry height="20" width="40" x="320" y="370" as="geometry" />
        </mxCell>
        <mxCell id="BZ9neWvH9tw47nREzwFn-53" parent="1" style="text;html=1;whiteSpace=wrap;strokeColor=none;fillColor=none;align=center;verticalAlign=middle;rounded=0;fontStyle=1" value="HRESETn" vertex="1">
          <mxGeometry height="20" width="60" x="300" y="390" as="geometry" />
        </mxCell>
        <mxCell id="BZ9neWvH9tw47nREzwFn-54" parent="1" style="shape=curlyBracket;whiteSpace=wrap;html=1;rounded=1;labelPosition=left;verticalLabelPosition=middle;align=right;verticalAlign=middle;" value="" vertex="1">
          <mxGeometry height="35" width="20" x="230" y="90" as="geometry" />
        </mxCell>
        <mxCell id="BZ9neWvH9tw47nREzwFn-55" parent="1" style="text;html=1;whiteSpace=wrap;strokeColor=none;fillColor=none;align=center;verticalAlign=middle;rounded=0;fontStyle=1" value="HRESP" vertex="1">
          <mxGeometry height="20" width="60" x="300" y="170" as="geometry" />
        </mxCell>
        <mxCell id="BZ9neWvH9tw47nREzwFn-56" parent="1" style="shape=curlyBracket;whiteSpace=wrap;html=1;rounded=1;labelPosition=left;verticalLabelPosition=middle;align=right;verticalAlign=middle;" value="" vertex="1">
          <mxGeometry height="140" width="20" x="230" y="480" as="geometry" />
        </mxCell>
        <mxCell id="BZ9neWvH9tw47nREzwFn-57" parent="1" style="shape=curlyBracket;whiteSpace=wrap;html=1;rounded=1;labelPosition=left;verticalLabelPosition=middle;align=right;verticalAlign=middle;rotation=-180;" value="" vertex="1">
          <mxGeometry height="135" width="20" x="650" y="90" as="geometry" />
        </mxCell>
        <mxCell id="BZ9neWvH9tw47nREzwFn-58" parent="1" style="text;html=1;whiteSpace=wrap;strokeColor=none;fillColor=none;align=center;verticalAlign=middle;rounded=0;fontStyle=1" value="&lt;span style=&quot;font-weight: normal;&quot;&gt;Global signals&lt;/span&gt;" vertex="1">
          <mxGeometry height="20" width="90" x="140" y="97.5" as="geometry" />
        </mxCell>
        <mxCell id="BZ9neWvH9tw47nREzwFn-59" parent="1" style="text;html=1;whiteSpace=wrap;strokeColor=none;fillColor=none;align=center;verticalAlign=middle;rounded=0;fontStyle=1" value="&lt;span style=&quot;font-weight: normal;&quot;&gt;Transfer response&lt;/span&gt;" vertex="1">
          <mxGeometry height="20" width="60" x="170" y="157.5" as="geometry" />
        </mxCell>
        <mxCell id="BZ9neWvH9tw47nREzwFn-60" parent="1" style="text;html=1;whiteSpace=wrap;strokeColor=none;fillColor=none;align=center;verticalAlign=middle;rounded=0;fontStyle=1" value="&lt;span style=&quot;font-weight: normal;&quot;&gt;Data&lt;/span&gt;" vertex="1">
          <mxGeometry height="20" width="60" x="170" y="250" as="geometry" />
        </mxCell>
        <mxCell id="BZ9neWvH9tw47nREzwFn-61" parent="1" style="text;html=1;whiteSpace=wrap;strokeColor=none;fillColor=none;align=center;verticalAlign=middle;rounded=0;fontStyle=1" value="&lt;span style=&quot;font-weight: normal;&quot;&gt;Address and control signals&lt;/span&gt;" vertex="1">
          <mxGeometry height="37.5" width="90" x="670" y="140" as="geometry" />
        </mxCell>
        <mxCell id="BZ9neWvH9tw47nREzwFn-62" parent="1" style="shape=curlyBracket;whiteSpace=wrap;html=1;rounded=1;labelPosition=left;verticalLabelPosition=middle;align=right;verticalAlign=middle;" value="" vertex="1">
          <mxGeometry height="35" width="20" x="230" y="150" as="geometry" />
        </mxCell>
        <mxCell id="BZ9neWvH9tw47nREzwFn-63" parent="1" style="text;html=1;whiteSpace=wrap;strokeColor=none;fillColor=none;align=center;verticalAlign=middle;rounded=0;fontStyle=1" value="&lt;span style=&quot;font-weight: normal;&quot;&gt;Address and control signals&lt;/span&gt;" vertex="1">
          <mxGeometry height="37.5" width="90" x="140" y="531" as="geometry" />
        </mxCell>
        <mxCell id="BZ9neWvH9tw47nREzwFn-64" parent="1" style="shape=curlyBracket;whiteSpace=wrap;html=1;rounded=1;labelPosition=left;verticalLabelPosition=middle;align=right;verticalAlign=middle;" value="" vertex="1">
          <mxGeometry height="35" width="20" x="230" y="375" as="geometry" />
        </mxCell>
        <mxCell id="BZ9neWvH9tw47nREzwFn-65" parent="1" style="text;html=1;whiteSpace=wrap;strokeColor=none;fillColor=none;align=center;verticalAlign=middle;rounded=0;fontStyle=1" value="&lt;span style=&quot;font-weight: normal;&quot;&gt;Global signals&lt;/span&gt;" vertex="1">
          <mxGeometry height="20" width="90" x="140" y="382.5" as="geometry" />
        </mxCell>
        <mxCell id="BZ9neWvH9tw47nREzwFn-66" parent="1" style="text;html=1;whiteSpace=wrap;strokeColor=none;fillColor=none;align=center;verticalAlign=middle;rounded=0;fontStyle=1" value="&lt;span style=&quot;font-weight: normal;&quot;&gt;Data&lt;/span&gt;" vertex="1">
          <mxGeometry height="20" width="60" x="670" y="250" as="geometry" />
        </mxCell>
        <mxCell id="BZ9neWvH9tw47nREzwFn-67" edge="1" parent="1" style="endArrow=classic;html=1;rounded=0;" value="">
          <mxGeometry height="50" relative="1" width="50" as="geometry">
            <mxPoint x="520" y="490" as="sourcePoint" />
            <mxPoint x="560" y="490" as="targetPoint" />
          </mxGeometry>
        </mxCell>
        <mxCell id="BZ9neWvH9tw47nREzwFn-68" edge="1" parent="1" style="endArrow=classic;html=1;rounded=0;" value="">
          <mxGeometry height="50" relative="1" width="50" as="geometry">
            <mxPoint x="520" y="510" as="sourcePoint" />
            <mxPoint x="560" y="510" as="targetPoint" />
          </mxGeometry>
        </mxCell>
        <mxCell id="BZ9neWvH9tw47nREzwFn-69" parent="1" style="text;html=1;whiteSpace=wrap;strokeColor=none;fillColor=none;align=center;verticalAlign=middle;rounded=0;fontStyle=1" value="HREADY" vertex="1">
          <mxGeometry height="20" width="60" x="560" y="480" as="geometry" />
        </mxCell>
        <mxCell id="BZ9neWvH9tw47nREzwFn-70" parent="1" style="text;html=1;whiteSpace=wrap;strokeColor=none;fillColor=none;align=center;verticalAlign=middle;rounded=0;fontStyle=1" value="HRESP" vertex="1">
          <mxGeometry height="20" width="60" x="560" y="500" as="geometry" />
        </mxCell>
        <mxCell id="BZ9neWvH9tw47nREzwFn-71" edge="1" parent="1" style="endArrow=classic;html=1;rounded=0;" value="">
          <mxGeometry height="50" relative="1" width="50" as="geometry">
            <mxPoint x="520" y="649.6600000000001" as="sourcePoint" />
            <mxPoint x="560" y="649.6600000000001" as="targetPoint" />
          </mxGeometry>
        </mxCell>
        <mxCell id="BZ9neWvH9tw47nREzwFn-72" parent="1" style="text;html=1;whiteSpace=wrap;strokeColor=none;fillColor=none;align=center;verticalAlign=middle;rounded=0;fontStyle=1" value="HRDATA[31:0]" vertex="1">
          <mxGeometry height="20" width="90" x="560" y="640" as="geometry" />
        </mxCell>
        <mxCell id="BZ9neWvH9tw47nREzwFn-73" parent="1" style="text;html=1;whiteSpace=wrap;strokeColor=none;fillColor=none;align=center;verticalAlign=middle;rounded=0;fontStyle=1" value="&lt;span style=&quot;font-weight: normal;&quot;&gt;Data&lt;/span&gt;" vertex="1">
          <mxGeometry height="20" width="60" x="155" y="640" as="geometry" />
        </mxCell>
        <mxCell id="BZ9neWvH9tw47nREzwFn-74" parent="1" style="text;html=1;whiteSpace=wrap;strokeColor=none;fillColor=none;align=center;verticalAlign=middle;rounded=0;fontStyle=1" value="&lt;span style=&quot;font-weight: normal;&quot;&gt;Data&lt;/span&gt;" vertex="1">
          <mxGeometry height="20" width="50" x="675" y="640" as="geometry" />
        </mxCell>
        <mxCell id="BZ9neWvH9tw47nREzwFn-75" parent="1" style="text;html=1;whiteSpace=wrap;strokeColor=none;fillColor=none;align=center;verticalAlign=middle;rounded=0;fontStyle=1" value="&lt;span style=&quot;font-weight: normal;&quot;&gt;Transfer response&lt;/span&gt;" vertex="1">
          <mxGeometry height="20" width="60" x="670" y="487.5" as="geometry" />
        </mxCell>
        <mxCell id="BZ9neWvH9tw47nREzwFn-76" parent="1" style="shape=curlyBracket;whiteSpace=wrap;html=1;rounded=1;labelPosition=left;verticalLabelPosition=middle;align=right;verticalAlign=middle;rotation=-180;" value="" vertex="1">
          <mxGeometry height="35" width="20" x="640" y="480" as="geometry" />
        </mxCell>
        <mxCell id="BZ9neWvH9tw47nREzwFn-77" parent="1" style="text;html=1;whiteSpace=wrap;strokeColor=none;fillColor=none;align=center;verticalAlign=middle;rounded=0;fontStyle=1" value="&lt;span style=&quot;font-weight: normal;&quot;&gt;Select signal&lt;/span&gt;" vertex="1">
          <mxGeometry height="20" width="90" x="140" y="430" as="geometry" />
        </mxCell>
      </root>
    </mxGraphModel>
  </diagram>
  <diagram id="Hd4ECfvz_bm4RMetZK8C" name="Master Interface">
    <mxGraphModel dx="764" dy="1105" grid="1" gridSize="10" guides="1" tooltips="1" connect="1" arrows="1" fold="1" page="1" pageScale="1" pageWidth="850" pageHeight="1100" math="0" shadow="0">
      <root>
        <mxCell id="0" />
        <mxCell id="1" parent="0" />
      </root>
    </mxGraphModel>
  </diagram>
  <diagram id="AYzUWjTrgIps4r00h7mQ" name="Master FSM">
    <mxGraphModel dx="437" dy="631" grid="1" gridSize="10" guides="1" tooltips="1" connect="1" arrows="1" fold="1" page="1" pageScale="1" pageWidth="850" pageHeight="1100" math="0" shadow="0">
      <root>
        <mxCell id="0" />
        <mxCell id="1" parent="0" />
        <mxCell id="gUlQ52oibdo8bB1fHUDe-6" edge="1" parent="1" source="gUlQ52oibdo8bB1fHUDe-1" style="edgeStyle=orthogonalEdgeStyle;rounded=0;orthogonalLoop=1;jettySize=auto;html=1;exitX=1;exitY=0.5;exitDx=0;exitDy=0;entryX=0;entryY=0.5;entryDx=0;entryDy=0;" target="gUlQ52oibdo8bB1fHUDe-2">
          <mxGeometry relative="1" as="geometry" />
        </mxCell>
        <mxCell id="gUlQ52oibdo8bB1fHUDe-8" edge="1" parent="1" source="gUlQ52oibdo8bB1fHUDe-1" style="edgeStyle=orthogonalEdgeStyle;rounded=0;orthogonalLoop=1;jettySize=auto;html=1;entryX=0.5;entryY=0;entryDx=0;entryDy=0;" target="gUlQ52oibdo8bB1fHUDe-5">
          <mxGeometry relative="1" as="geometry" />
        </mxCell>
        <mxCell id="gUlQ52oibdo8bB1fHUDe-1" parent="1" style="ellipse;whiteSpace=wrap;html=1;" value="IDLE" vertex="1">
          <mxGeometry height="80" width="120" x="200" y="200" as="geometry" />
        </mxCell>
        <mxCell id="gUlQ52oibdo8bB1fHUDe-7" edge="1" parent="1" source="gUlQ52oibdo8bB1fHUDe-2" style="edgeStyle=orthogonalEdgeStyle;rounded=0;orthogonalLoop=1;jettySize=auto;html=1;entryX=0.5;entryY=0;entryDx=0;entryDy=0;" target="gUlQ52oibdo8bB1fHUDe-3">
          <mxGeometry relative="1" as="geometry" />
        </mxCell>
        <mxCell id="gUlQ52oibdo8bB1fHUDe-2" parent="1" style="ellipse;whiteSpace=wrap;html=1;" value="WR_ADDR_PHASE" vertex="1">
          <mxGeometry height="80" width="120" x="440" y="200" as="geometry" />
        </mxCell>
        <mxCell id="gUlQ52oibdo8bB1fHUDe-10" edge="1" parent="1" source="gUlQ52oibdo8bB1fHUDe-3" style="edgeStyle=orthogonalEdgeStyle;rounded=0;orthogonalLoop=1;jettySize=auto;html=1;entryX=0.5;entryY=0;entryDx=0;entryDy=0;" target="gUlQ52oibdo8bB1fHUDe-9">
          <mxGeometry relative="1" as="geometry" />
        </mxCell>
        <mxCell id="8WBKzOnGMAMBHIHuB8Qa-4" edge="1" parent="1" source="gUlQ52oibdo8bB1fHUDe-3" style="edgeStyle=orthogonalEdgeStyle;rounded=0;orthogonalLoop=1;jettySize=auto;html=1;entryX=1;entryY=0.5;entryDx=0;entryDy=0;" target="gUlQ52oibdo8bB1fHUDe-5">
          <mxGeometry relative="1" as="geometry" />
        </mxCell>
        <mxCell id="gUlQ52oibdo8bB1fHUDe-3" parent="1" style="ellipse;whiteSpace=wrap;html=1;" value="WR_DATA_PHASE" vertex="1">
          <mxGeometry height="80" width="120" x="440" y="360" as="geometry" />
        </mxCell>
        <mxCell id="gUlQ52oibdo8bB1fHUDe-11" edge="1" parent="1" source="gUlQ52oibdo8bB1fHUDe-4" style="edgeStyle=orthogonalEdgeStyle;rounded=0;orthogonalLoop=1;jettySize=auto;html=1;entryX=0;entryY=0.5;entryDx=0;entryDy=0;" target="gUlQ52oibdo8bB1fHUDe-9">
          <mxGeometry relative="1" as="geometry" />
        </mxCell>
        <mxCell id="8WBKzOnGMAMBHIHuB8Qa-6" edge="1" parent="1" source="gUlQ52oibdo8bB1fHUDe-4" style="edgeStyle=orthogonalEdgeStyle;rounded=0;orthogonalLoop=1;jettySize=auto;html=1;exitX=0;exitY=0.5;exitDx=0;exitDy=0;entryX=0;entryY=0.5;entryDx=0;entryDy=0;" target="gUlQ52oibdo8bB1fHUDe-1">
          <mxGeometry relative="1" as="geometry">
            <Array as="points">
              <mxPoint x="160.03" y="560.03" />
              <mxPoint x="160.03" y="240.03" />
            </Array>
          </mxGeometry>
        </mxCell>
        <mxCell id="gUlQ52oibdo8bB1fHUDe-4" parent="1" style="ellipse;whiteSpace=wrap;html=1;" value="RD_DATA_PHASE" vertex="1">
          <mxGeometry height="80" width="120" x="200" y="520" as="geometry" />
        </mxCell>
        <mxCell id="8WBKzOnGMAMBHIHuB8Qa-3" edge="1" parent="1" source="gUlQ52oibdo8bB1fHUDe-5" style="edgeStyle=orthogonalEdgeStyle;rounded=0;orthogonalLoop=1;jettySize=auto;html=1;" target="gUlQ52oibdo8bB1fHUDe-4" value="">
          <mxGeometry relative="1" as="geometry" />
        </mxCell>
        <mxCell id="gUlQ52oibdo8bB1fHUDe-5" parent="1" style="ellipse;whiteSpace=wrap;html=1;" value="RD_ADDR_PHASE" vertex="1">
          <mxGeometry height="80" width="120" x="200" y="360" as="geometry" />
        </mxCell>
        <mxCell id="gUlQ52oibdo8bB1fHUDe-9" parent="1" style="ellipse;whiteSpace=wrap;html=1;" value="WAIT_STATE" vertex="1">
          <mxGeometry height="80" width="120" x="440" y="520" as="geometry" />
        </mxCell>
        <mxCell id="8WBKzOnGMAMBHIHuB8Qa-1" edge="1" parent="1" source="gUlQ52oibdo8bB1fHUDe-5" style="endArrow=classic;html=1;rounded=0;entryX=0;entryY=0;entryDx=0;entryDy=0;exitX=1;exitY=1;exitDx=0;exitDy=0;" target="gUlQ52oibdo8bB1fHUDe-9" value="">
          <mxGeometry height="50" relative="1" width="50" as="geometry">
            <mxPoint x="350" y="490" as="sourcePoint" />
            <mxPoint x="400" y="440" as="targetPoint" />
          </mxGeometry>
        </mxCell>
        <mxCell id="8WBKzOnGMAMBHIHuB8Qa-5" edge="1" parent="1" source="gUlQ52oibdo8bB1fHUDe-3" style="endArrow=classic;html=1;rounded=0;exitX=0;exitY=0;exitDx=0;exitDy=0;entryX=1;entryY=1;entryDx=0;entryDy=0;" target="gUlQ52oibdo8bB1fHUDe-1" value="">
          <mxGeometry height="50" relative="1" width="50" as="geometry">
            <mxPoint x="370" y="340" as="sourcePoint" />
            <mxPoint x="420" y="290" as="targetPoint" />
          </mxGeometry>
        </mxCell>
      </root>
    </mxGraphModel>
  </diagram>
</mxfile>
